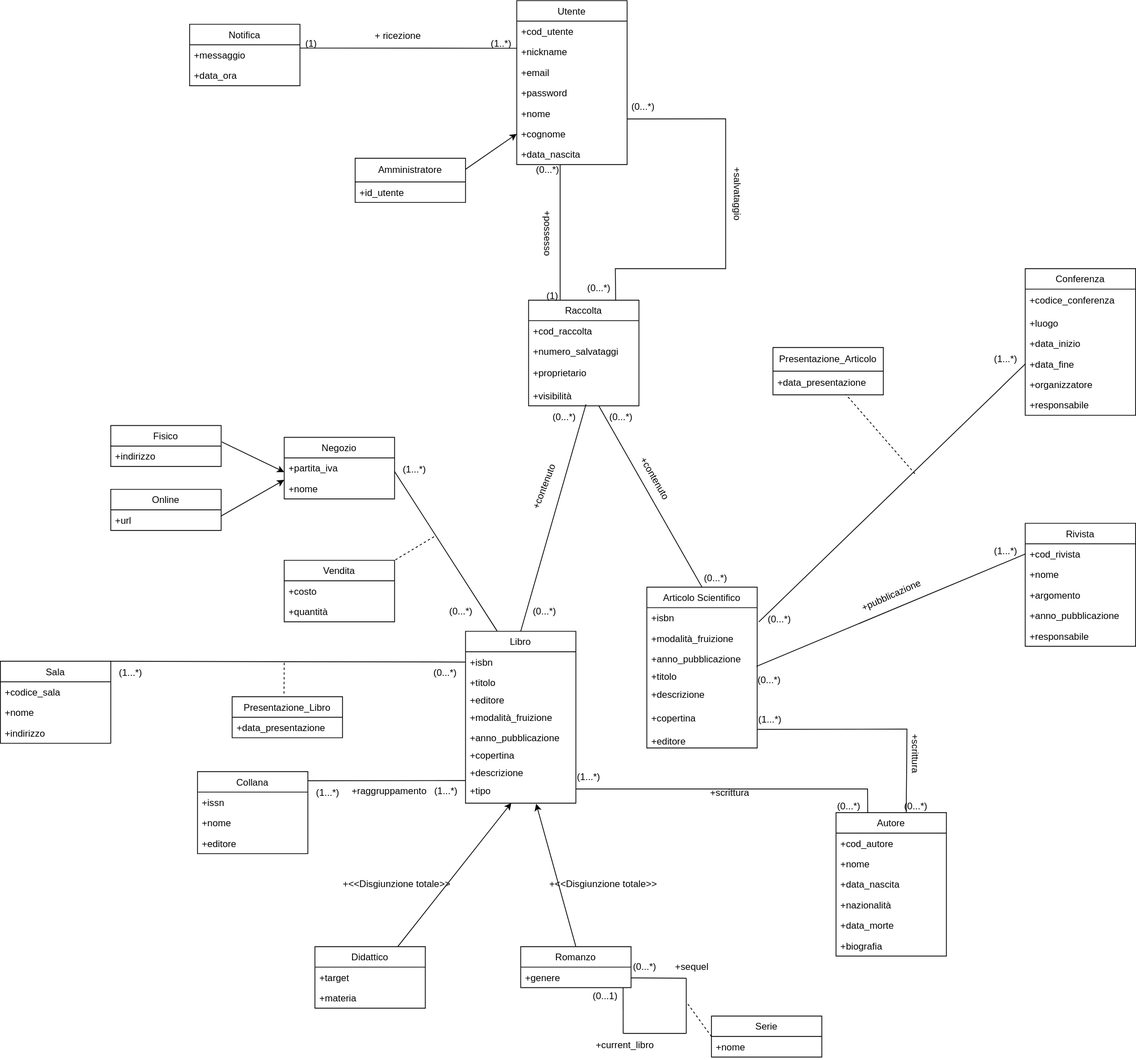
Above: progettazione_concettuale/Modello_Concettuale.drawio.svg in m3tt0/Progetto_OB_BASI (draw.io), before the change. Source tidied: cells renumbered, new cells last; positions are measured from the earlier drawing's top-left corner, leaving out a move shared by most shapes.
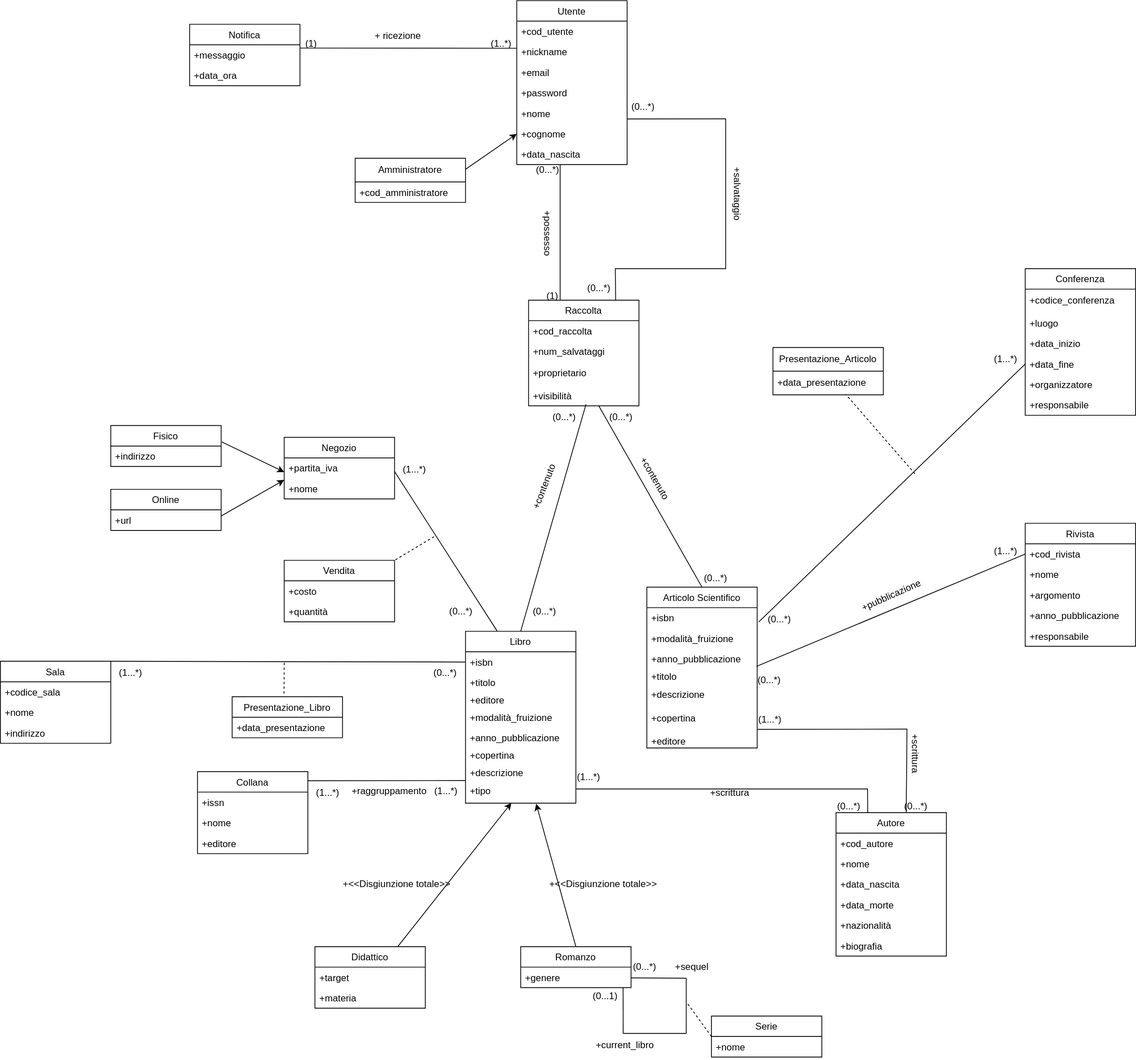
Above is the later version.

Change to the diagram source:
```diff
@@ -86,12 +86,12 @@
     <mxCell id="29" value="+data_nascita" style="text;strokeColor=none;fillColor=none;align=left;verticalAlign=top;spacingLeft=4;spacingRight=4;overflow=hidden;" parent="26" vertex="1">
       <mxGeometry y="78" width="140" height="26" as="geometry" />
     </mxCell>
+    <mxCell id="31" value="+data_morte" style="text;strokeColor=none;fillColor=none;align=left;verticalAlign=top;spacingLeft=4;spacingRight=4;overflow=hidden;" parent="26" vertex="1">
+      <mxGeometry y="104" width="140" height="26" as="geometry" />
+    </mxCell>
     <mxCell id="30" value="+nazionalità" style="text;strokeColor=none;fillColor=none;align=left;verticalAlign=top;spacingLeft=4;spacingRight=4;overflow=hidden;" parent="26" vertex="1">
-      <mxGeometry y="104" width="140" height="26" as="geometry" />
+      <mxGeometry y="130" width="140" height="26" as="geometry" />
     </mxCell>
-    <mxCell id="31" value="+data_morte" style="text;strokeColor=none;fillColor=none;align=left;verticalAlign=top;spacingLeft=4;spacingRight=4;overflow=hidden;" parent="26" vertex="1">
-      <mxGeometry y="130" width="140" height="26" as="geometry" />
-    </mxCell>
     <mxCell id="32" value="+biografia" style="text;strokeColor=none;fillColor=none;align=left;verticalAlign=top;spacingLeft=4;spacingRight=4;overflow=hidden;" parent="26" vertex="1">
       <mxGeometry y="156" width="140" height="26" as="geometry" />
     </mxCell>
@@ -277,7 +277,7 @@
     <mxCell id="88" value="+cod_raccolta" style="text;strokeColor=none;fillColor=none;align=left;verticalAlign=top;spacingLeft=4;spacingRight=4;overflow=hidden;" parent="87" vertex="1">
       <mxGeometry y="26" width="140" height="26" as="geometry" />
     </mxCell>
-    <mxCell id="89" value="+numero_salvataggi" style="text;strokeColor=none;fillColor=none;align=left;verticalAlign=top;spacingLeft=4;spacingRight=4;overflow=hidden;" parent="87" vertex="1">
+    <mxCell id="89" value="+num_salvataggi" style="text;strokeColor=none;fillColor=none;align=left;verticalAlign=top;spacingLeft=4;spacingRight=4;overflow=hidden;" parent="87" vertex="1">
       <mxGeometry y="52" width="140" height="26" as="geometry" />
     </mxCell>
     <mxCell id="90" value="+proprietario" style="text;strokeColor=none;fillColor=none;align=left;verticalAlign=middle;spacingLeft=4;spacingRight=4;overflow=hidden;whiteSpace=wrap;html=1;" parent="87" vertex="1">
@@ -353,7 +353,7 @@
     <mxCell id="111" value="Amministratore" style="swimlane;fontStyle=0;horizontal=1;startSize=30;whiteSpace=wrap;html=1;fillColor=none;" parent="1" vertex="1">
       <mxGeometry x="450" y="200" width="140" height="56" as="geometry" />
     </mxCell>
-    <mxCell id="112" value="+id_utente" style="text;strokeColor=none;fillColor=none;align=left;verticalAlign=top;spacingLeft=4;spacingRight=4;overflow=hidden;" parent="111" vertex="1">
+    <mxCell id="112" value="+cod_amministratore" style="text;strokeColor=none;fillColor=none;align=left;verticalAlign=top;spacingLeft=4;spacingRight=4;overflow=hidden;" parent="111" vertex="1">
       <mxGeometry y="30" width="140" height="26" as="geometry" />
     </mxCell>
     <mxCell id="113" style="endArrow=classic;html=1;rounded=0;entryX=0;entryY=0.5;entryDx=0;entryDy=0;exitX=1;exitY=0.25;exitDx=0;exitDy=0;" parent="1" edge="1" source="111" target="99">
```
